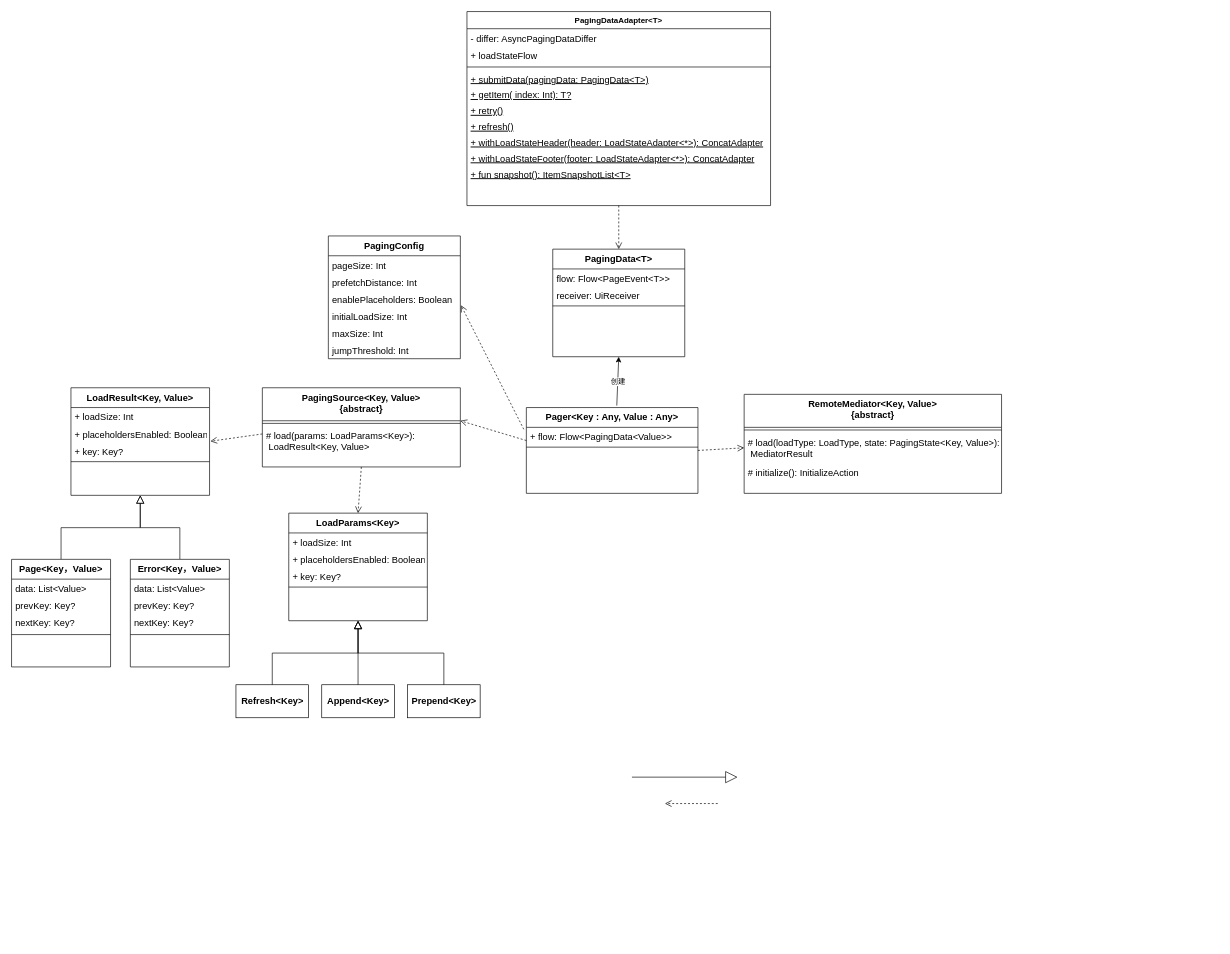
Earlier version of the draw.io diagram paging3demo/paging.drawio (EricHyh/KtDemoCollection). Source tidied: cells renumbered, new cells numbered last; positions are measured from the earlier drawing's top-left corner, leaving out a move shared by most shapes. Both pictures are drawn from the tidied source at 66%, with x=0, y=0 at pixel (11, 11).
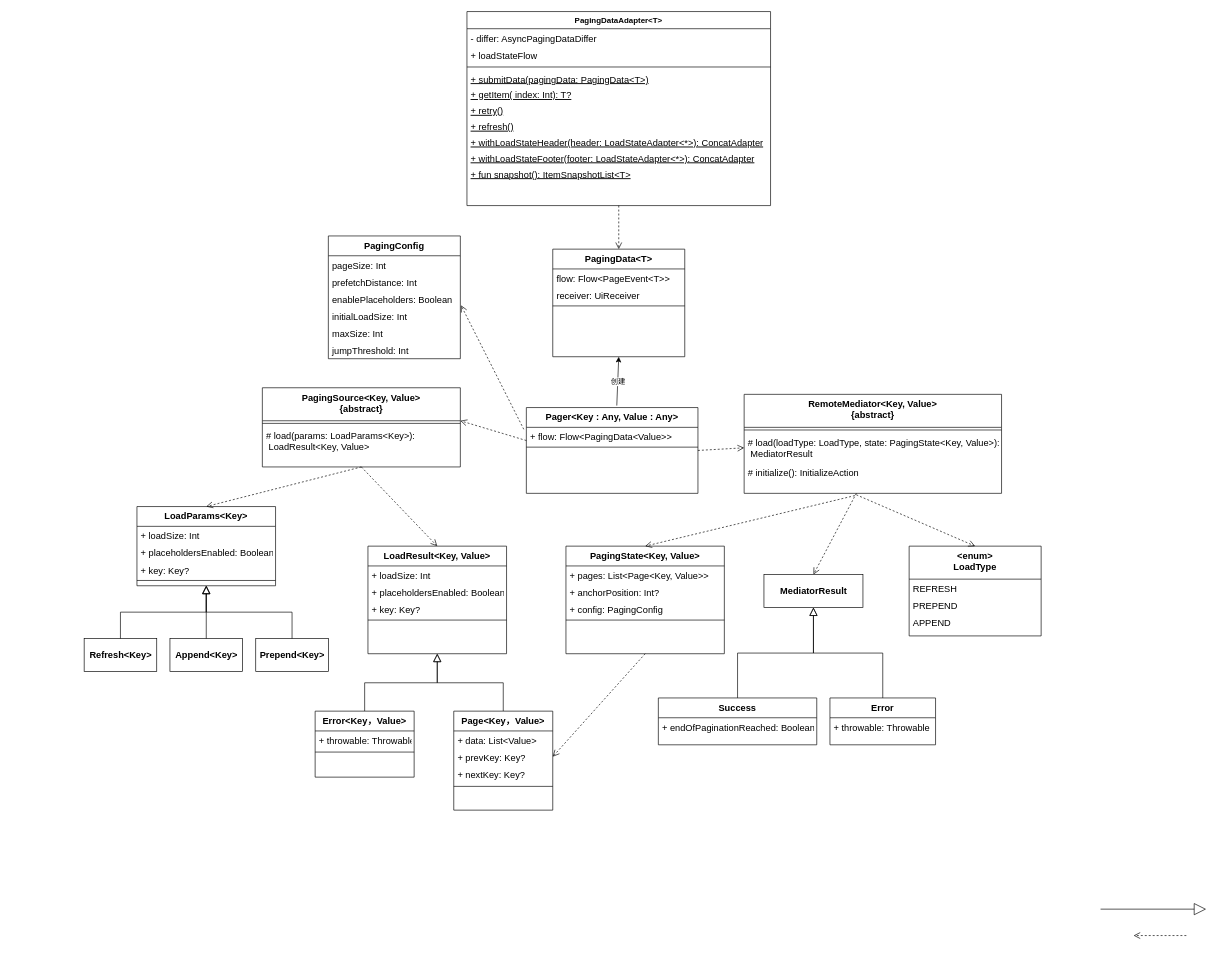
Above is the later version.

Unchanged cells that the change refers to:
```xml
<mxCell id="21" value="PagingSource&lt;Key, Value&gt;&#10;{abstract}" style="swimlane;fontStyle=1;align=center;verticalAlign=top;horizontal=1;startSize=50;rounded=0;shadow=0;strokeWidth=1;fontSize=14;" parent="1" vertex="1">
  <mxGeometry x="380" y="570" width="300" height="120" as="geometry" />
</mxCell>
<mxCell id="23" value="# load(params: LoadParams&lt;Key&gt;):&#10; LoadResult&lt;Key, Value&gt;" style="text;align=left;verticalAlign=top;spacingLeft=4;spacingRight=4;overflow=hidden;points=[[0,0.5],[1,0.5]];portConstraint=eastwest;fontSize=14;" parent="21" vertex="1">
  <mxGeometry y="58" width="300" height="46" as="geometry" />
</mxCell>
<mxCell id="29" value="# initialize(): InitializeAction" style="text;align=left;verticalAlign=top;spacingLeft=4;spacingRight=4;overflow=hidden;points=[[0,0.5],[1,0.5]];portConstraint=eastwest;fontSize=14;" parent="26" vertex="1">
  <mxGeometry y="104" width="390" height="46" as="geometry" />
</mxCell>
<mxCell id="55" value="+ key: Key?" style="text;align=left;verticalAlign=top;spacingLeft=4;spacingRight=4;overflow=hidden;points=[[0,0.5],[1,0.5]];portConstraint=eastwest;rounded=0;shadow=0;html=0;fontSize=14;" parent="52" vertex="1">
  <mxGeometry y="82" width="210" height="26" as="geometry" />
</mxCell>
```

Change to the diagram source:
```diff
@@
     <mxCell id="41" value="LoadParams&lt;Key&gt;" style="swimlane;fontStyle=1;align=center;verticalAlign=top;horizontal=1;startSize=30;rounded=0;shadow=0;strokeWidth=1;fontSize=14;" parent="1" vertex="1">
-      <mxGeometry x="420" y="760" width="210" height="163" as="geometry" />
+      <mxGeometry x="190" y="750" width="210" height="120" as="geometry" />
     </mxCell>
@@
     <mxCell id="46" style="html=1;verticalAlign=bottom;endArrow=open;dashed=1;endSize=8;" parent="1" edge="1">
       <mxGeometry relative="1" as="geometry">
-        <mxPoint x="1070" y="1200" as="sourcePoint" />
-        <mxPoint x="990" y="1200" as="targetPoint" />
+        <mxPoint x="1780" y="1400" as="sourcePoint" />
+        <mxPoint x="1700" y="1400" as="targetPoint" />
       </mxGeometry>
     </mxCell>
@@
     <mxCell id="48" value="&lt;b&gt;&lt;font style=&quot;font-size: 14px&quot;&gt;Refresh&amp;lt;Key&amp;gt;&lt;/font&gt;&lt;/b&gt;" style="html=1;" parent="1" vertex="1">
-      <mxGeometry x="340" y="1020" width="110" height="50" as="geometry" />
+      <mxGeometry x="110" y="950" width="110" height="50" as="geometry" />
     </mxCell>
     <mxCell id="49" value="&lt;b&gt;&lt;font style=&quot;font-size: 14px&quot;&gt;Append&amp;lt;Key&amp;gt;&lt;/font&gt;&lt;/b&gt;" style="html=1;" parent="1" vertex="1">
-      <mxGeometry x="470" y="1020" width="110" height="50" as="geometry" />
+      <mxGeometry x="240" y="950" width="110" height="50" as="geometry" />
     </mxCell>
     <mxCell id="50" value="&lt;b&gt;&lt;font style=&quot;font-size: 14px&quot;&gt;Prepend&amp;lt;Key&amp;gt;&lt;/font&gt;&lt;/b&gt;" style="html=1;" parent="1" vertex="1">
-      <mxGeometry x="600" y="1020" width="110" height="50" as="geometry" />
+      <mxGeometry x="370" y="950" width="110" height="50" as="geometry" />
     </mxCell>
     <mxCell id="51" style="endArrow=block;endSize=16;endFill=0;html=1;" parent="1" edge="1">
       <mxGeometry x="-0.12" y="-30" relative="1" as="geometry">
-        <mxPoint x="940" y="1160" as="sourcePoint" />
-        <mxPoint x="1100" y="1160" as="targetPoint" />
+        <mxPoint x="1650" y="1360" as="sourcePoint" />
+        <mxPoint x="1810" y="1360" as="targetPoint" />
         <mxPoint x="-1" as="offset" />
       </mxGeometry>
     </mxCell>
     <mxCell id="52" value="LoadResult&lt;Key, Value&gt;" style="swimlane;fontStyle=1;align=center;verticalAlign=top;horizontal=1;startSize=30;rounded=0;shadow=0;strokeWidth=1;fontSize=14;" parent="1" vertex="1">
-      <mxGeometry x="90" y="570" width="210" height="163" as="geometry" />
+      <mxGeometry x="540" y="810" width="210" height="163" as="geometry" />
     </mxCell>
@@
-    <mxCell id="60" style="html=1;verticalAlign=bottom;endArrow=open;dashed=1;endSize=8;exitX=0;exitY=0.261;exitDx=0;exitDy=0;exitPerimeter=0;entryX=1.006;entryY=-0.036;entryDx=0;entryDy=0;entryPerimeter=0;" parent="1" edge="1" source="23" target="55">
-      <mxGeometry relative="1" as="geometry" />
-    </mxCell>
     <mxCell id="61" style="endArrow=block;endSize=10;endFill=0;shadow=0;strokeWidth=1;rounded=0;edgeStyle=elbowEdgeStyle;elbow=vertical;entryX=0.5;entryY=1;entryDx=0;entryDy=0;" parent="1" edge="1" source="63">
       <mxGeometry relative="1" as="geometry">
-        <mxPoint x="195" y="733" as="targetPoint" />
+        <mxPoint x="645" y="973" as="targetPoint" />
       </mxGeometry>
     </mxCell>
     <mxCell id="62" style="endArrow=block;endSize=10;endFill=0;shadow=0;strokeWidth=1;rounded=0;edgeStyle=elbowEdgeStyle;elbow=vertical;entryX=0.5;entryY=1;entryDx=0;entryDy=0;exitX=0.5;exitY=0;exitDx=0;exitDy=0;" parent="1" edge="1" source="68">
       <mxGeometry relative="1" as="geometry">
-        <mxPoint x="195" y="733" as="targetPoint" />
+        <mxPoint x="645" y="973" as="targetPoint" />
       </mxGeometry>
     </mxCell>
     <mxCell id="63" value="Page&lt;Key，Value&gt;" style="swimlane;fontStyle=1;align=center;verticalAlign=top;horizontal=1;startSize=30;rounded=0;shadow=0;strokeWidth=1;fontSize=14;" parent="1" vertex="1">
-      <mxGeometry y="830" width="150" height="163" as="geometry" />
+      <mxGeometry x="670" y="1060" width="150" height="150" as="geometry" />
     </mxCell>
-    <mxCell id="64" value="data: List&lt;Value&gt;" style="text;align=left;verticalAlign=top;spacingLeft=4;spacingRight=4;overflow=hidden;fontSize=14;" parent="63" vertex="1">
+    <mxCell id="64" value="+ data: List&lt;Value&gt;" style="text;align=left;verticalAlign=top;spacingLeft=4;spacingRight=4;overflow=hidden;fontSize=14;" parent="63" vertex="1">
       <mxGeometry y="30" width="150" height="26" as="geometry" />
     </mxCell>
-    <mxCell id="65" value="prevKey: Key?" style="text;align=left;verticalAlign=top;spacingLeft=4;spacingRight=4;overflow=hidden;points=[[0,0.5],[1,0.5]];portConstraint=eastwest;rounded=0;shadow=0;html=0;fontSize=14;" parent="63" vertex="1">
+    <mxCell id="65" value="+ prevKey: Key?" style="text;align=left;verticalAlign=top;spacingLeft=4;spacingRight=4;overflow=hidden;points=[[0,0.5],[1,0.5]];portConstraint=eastwest;rounded=0;shadow=0;html=0;fontSize=14;" parent="63" vertex="1">
       <mxGeometry y="56" width="150" height="26" as="geometry" />
     </mxCell>
-    <mxCell id="66" value="nextKey: Key?" style="text;align=left;verticalAlign=top;spacingLeft=4;spacingRight=4;overflow=hidden;rounded=0;shadow=0;html=0;fontSize=14;" parent="63" vertex="1">
+    <mxCell id="66" value="+ nextKey: Key?" style="text;align=left;verticalAlign=top;spacingLeft=4;spacingRight=4;overflow=hidden;rounded=0;shadow=0;html=0;fontSize=14;" parent="63" vertex="1">
       <mxGeometry y="82" width="150" height="28" as="geometry" />
     </mxCell>
@@
     <mxCell id="68" value="Error&lt;Key，Value&gt;" style="swimlane;fontStyle=1;align=center;verticalAlign=top;horizontal=1;startSize=30;rounded=0;shadow=0;strokeWidth=1;fontSize=14;" parent="1" vertex="1">
-      <mxGeometry x="180" y="830" width="150" height="163" as="geometry" />
+      <mxGeometry x="460" y="1060" width="150" height="100" as="geometry" />
     </mxCell>
-    <mxCell id="69" value="data: List&lt;Value&gt;" style="text;align=left;verticalAlign=top;spacingLeft=4;spacingRight=4;overflow=hidden;fontSize=14;" parent="68" vertex="1">
-      <mxGeometry y="30" width="150" height="26" as="geometry" />
-    </mxCell>
-    <mxCell id="70" value="prevKey: Key?" style="text;align=left;verticalAlign=top;spacingLeft=4;spacingRight=4;overflow=hidden;rounded=0;shadow=0;html=0;fontSize=14;" parent="68" vertex="1">
-      <mxGeometry y="56" width="150" height="26" as="geometry" />
-    </mxCell>
-    <mxCell id="71" value="nextKey: Key?" style="text;align=left;verticalAlign=top;spacingLeft=4;spacingRight=4;overflow=hidden;rounded=0;shadow=0;html=0;fontSize=14;" parent="68" vertex="1">
-      <mxGeometry y="82" width="150" height="28" as="geometry" />
+    <mxCell id="71" value="+ throwable: Throwable" style="text;align=left;verticalAlign=top;spacingLeft=4;spacingRight=4;overflow=hidden;rounded=0;shadow=0;html=0;fontSize=14;" parent="68" vertex="1">
+      <mxGeometry y="30" width="150" height="28" as="geometry" />
     </mxCell>
     <mxCell id="72" style="line;html=1;strokeWidth=1;align=left;verticalAlign=middle;spacingTop=-1;spacingLeft=3;spacingRight=3;labelPosition=right;" parent="68" vertex="1">
-      <mxGeometry y="110" width="150" height="8" as="geometry" />
+      <mxGeometry y="58" width="150" height="8" as="geometry" />
     </mxCell>
+    <mxCell id="73" value="&lt;enum&gt;&#10;LoadType" style="swimlane;fontStyle=1;align=center;verticalAlign=top;horizontal=1;startSize=50;rounded=0;shadow=0;strokeWidth=1;fontSize=14;" parent="1" vertex="1">
+      <mxGeometry x="1360" y="810" width="200" height="136" as="geometry" />
+    </mxCell>
+    <mxCell id="74" value="REFRESH" style="text;align=left;verticalAlign=top;spacingLeft=4;spacingRight=4;overflow=hidden;fontSize=14;" parent="73" vertex="1">
+      <mxGeometry y="50" width="200" height="26" as="geometry" />
+    </mxCell>
+    <mxCell id="75" value="PREPEND" style="text;align=left;verticalAlign=top;spacingLeft=4;spacingRight=4;overflow=hidden;rounded=0;shadow=0;html=0;fontSize=14;" parent="73" vertex="1">
+      <mxGeometry y="76" width="200" height="26" as="geometry" />
+    </mxCell>
+    <mxCell id="76" value="APPEND" style="text;align=left;verticalAlign=top;spacingLeft=4;spacingRight=4;overflow=hidden;rounded=0;shadow=0;html=0;fontSize=14;" parent="73" vertex="1">
+      <mxGeometry y="102" width="200" height="26" as="geometry" />
+    </mxCell>
+    <mxCell id="77" style="html=1;verticalAlign=bottom;endArrow=open;dashed=1;endSize=8;exitX=0.5;exitY=1;exitDx=0;exitDy=0;entryX=0.5;entryY=0;entryDx=0;entryDy=0;" parent="1" edge="1" source="21" target="52">
+      <mxGeometry relative="1" as="geometry" />
+    </mxCell>
+    <mxCell id="78" value="PagingState&lt;Key, Value&gt;" style="swimlane;fontStyle=1;align=center;verticalAlign=top;horizontal=1;startSize=30;rounded=0;shadow=0;strokeWidth=1;fontSize=14;" parent="1" vertex="1">
+      <mxGeometry x="840" y="810" width="240" height="163" as="geometry" />
+    </mxCell>
+    <mxCell id="79" value="+ pages: List&lt;Page&lt;Key, Value&gt;&gt;" style="text;align=left;verticalAlign=top;spacingLeft=4;spacingRight=4;overflow=hidden;fontSize=14;" parent="78" vertex="1">
+      <mxGeometry y="30" width="240" height="26" as="geometry" />
+    </mxCell>
+    <mxCell id="80" value="+ anchorPosition: Int?" style="text;align=left;verticalAlign=top;spacingLeft=4;spacingRight=4;overflow=hidden;rounded=0;shadow=0;html=0;fontSize=14;" parent="78" vertex="1">
+      <mxGeometry y="56" width="240" height="26" as="geometry" />
+    </mxCell>
+    <mxCell id="81" value="+ config: PagingConfig" style="text;align=left;verticalAlign=top;spacingLeft=4;spacingRight=4;overflow=hidden;rounded=0;shadow=0;html=0;fontSize=14;" parent="78" vertex="1">
+      <mxGeometry y="82" width="240" height="26" as="geometry" />
+    </mxCell>
+    <mxCell id="82" style="line;html=1;strokeWidth=1;align=left;verticalAlign=middle;spacingTop=-1;spacingLeft=3;spacingRight=3;labelPosition=right;" parent="78" vertex="1">
+      <mxGeometry y="108" width="240" height="8" as="geometry" />
+    </mxCell>
+    <mxCell id="83" style="html=1;verticalAlign=bottom;endArrow=open;dashed=1;endSize=8;exitX=0.5;exitY=1;exitDx=0;exitDy=0;entryX=1;entryY=0.5;entryDx=0;entryDy=0;" parent="1" edge="1" source="78" target="65">
+      <mxGeometry relative="1" as="geometry" />
+    </mxCell>
+    <mxCell id="84" style="html=1;verticalAlign=bottom;endArrow=open;dashed=1;endSize=8;exitX=0.43;exitY=1.074;exitDx=0;exitDy=0;exitPerimeter=0;entryX=0.5;entryY=0;entryDx=0;entryDy=0;" parent="1" edge="1" source="29" target="78">
+      <mxGeometry relative="1" as="geometry" />
+    </mxCell>
+    <mxCell id="85" style="html=1;verticalAlign=bottom;endArrow=open;dashed=1;endSize=8;exitX=0.436;exitY=1.049;exitDx=0;exitDy=0;exitPerimeter=0;entryX=0.5;entryY=0;entryDx=0;entryDy=0;" parent="1" edge="1" source="29" target="73">
+      <mxGeometry relative="1" as="geometry" />
+    </mxCell>
+    <mxCell id="86" style="html=1;verticalAlign=bottom;endArrow=open;dashed=1;endSize=8;entryX=0.5;entryY=0;entryDx=0;entryDy=0;" parent="1" edge="1" target="87">
+      <mxGeometry relative="1" as="geometry">
+        <mxPoint x="1280" y="730" as="sourcePoint" />
+      </mxGeometry>
+    </mxCell>
+    <mxCell id="87" value="&lt;span style=&quot;font-size: 14px ; font-weight: 700&quot;&gt;MediatorResult&lt;/span&gt;" style="html=1;" parent="1" vertex="1">
+      <mxGeometry x="1140" y="853" width="150" height="50" as="geometry" />
+    </mxCell>
+    <mxCell id="88" value="Success" style="swimlane;fontStyle=1;align=center;verticalAlign=top;horizontal=1;startSize=30;rounded=0;shadow=0;strokeWidth=1;fontSize=14;" parent="1" vertex="1">
+      <mxGeometry x="980" y="1040" width="240" height="71" as="geometry" />
+    </mxCell>
+    <mxCell id="89" value="+ endOfPaginationReached: Boolean" style="text;align=left;verticalAlign=top;spacingLeft=4;spacingRight=4;overflow=hidden;fontSize=14;" parent="88" vertex="1">
+      <mxGeometry y="30" width="240" height="26" as="geometry" />
+    </mxCell>
+    <mxCell id="90" value="Error" style="swimlane;fontStyle=1;align=center;verticalAlign=top;horizontal=1;startSize=30;rounded=0;shadow=0;strokeWidth=1;fontSize=14;" parent="1" vertex="1">
+      <mxGeometry x="1240" y="1040" width="160" height="71" as="geometry" />
+    </mxCell>
+    <mxCell id="91" value="+ throwable: Throwable" style="text;align=left;verticalAlign=top;spacingLeft=4;spacingRight=4;overflow=hidden;fontSize=14;" parent="90" vertex="1">
+      <mxGeometry y="30" width="160" height="26" as="geometry" />
+    </mxCell>
+    <mxCell id="92" style="endArrow=block;endSize=10;endFill=0;shadow=0;strokeWidth=1;rounded=0;edgeStyle=elbowEdgeStyle;elbow=vertical;entryX=0.5;entryY=1;entryDx=0;entryDy=0;exitX=0.5;exitY=0;exitDx=0;exitDy=0;" parent="1" edge="1" source="88" target="87">
+      <mxGeometry relative="1" as="geometry" />
+    </mxCell>
+    <mxCell id="93" style="endArrow=block;endSize=10;endFill=0;shadow=0;strokeWidth=1;rounded=0;edgeStyle=elbowEdgeStyle;elbow=vertical;entryX=0.5;entryY=1;entryDx=0;entryDy=0;exitX=0.5;exitY=0;exitDx=0;exitDy=0;" parent="1" edge="1" source="90" target="87">
+      <mxGeometry relative="1" as="geometry" />
+    </mxCell>
```
